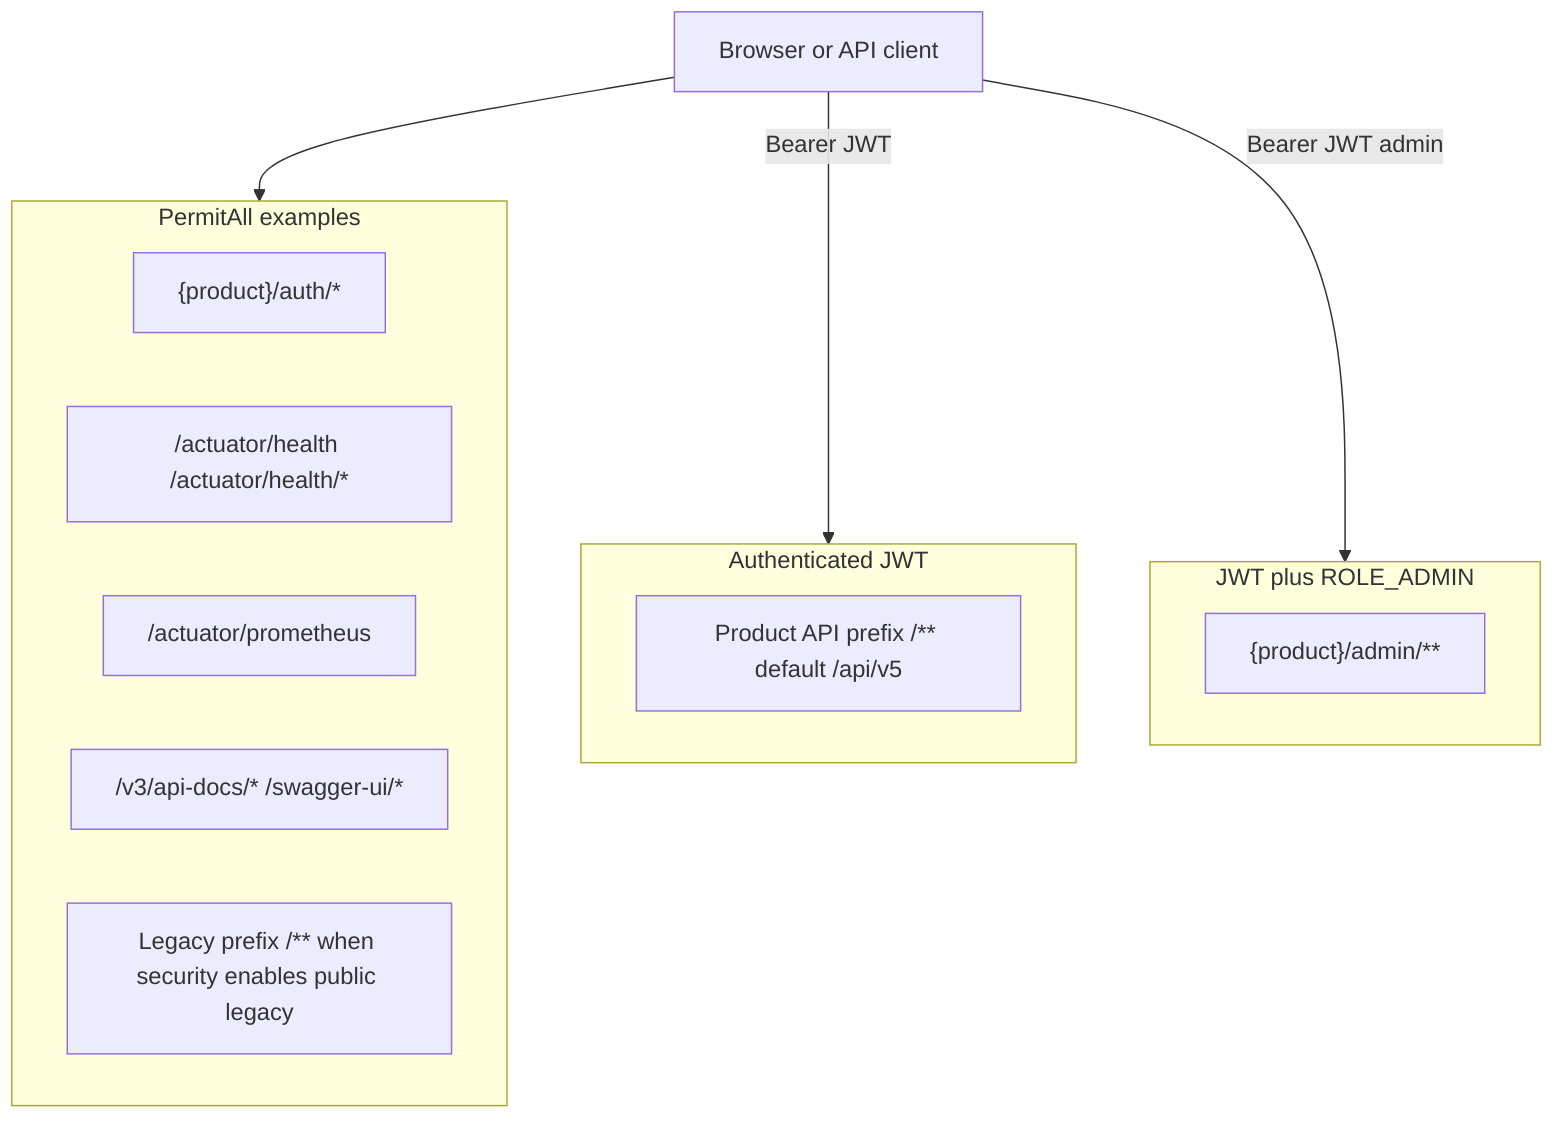
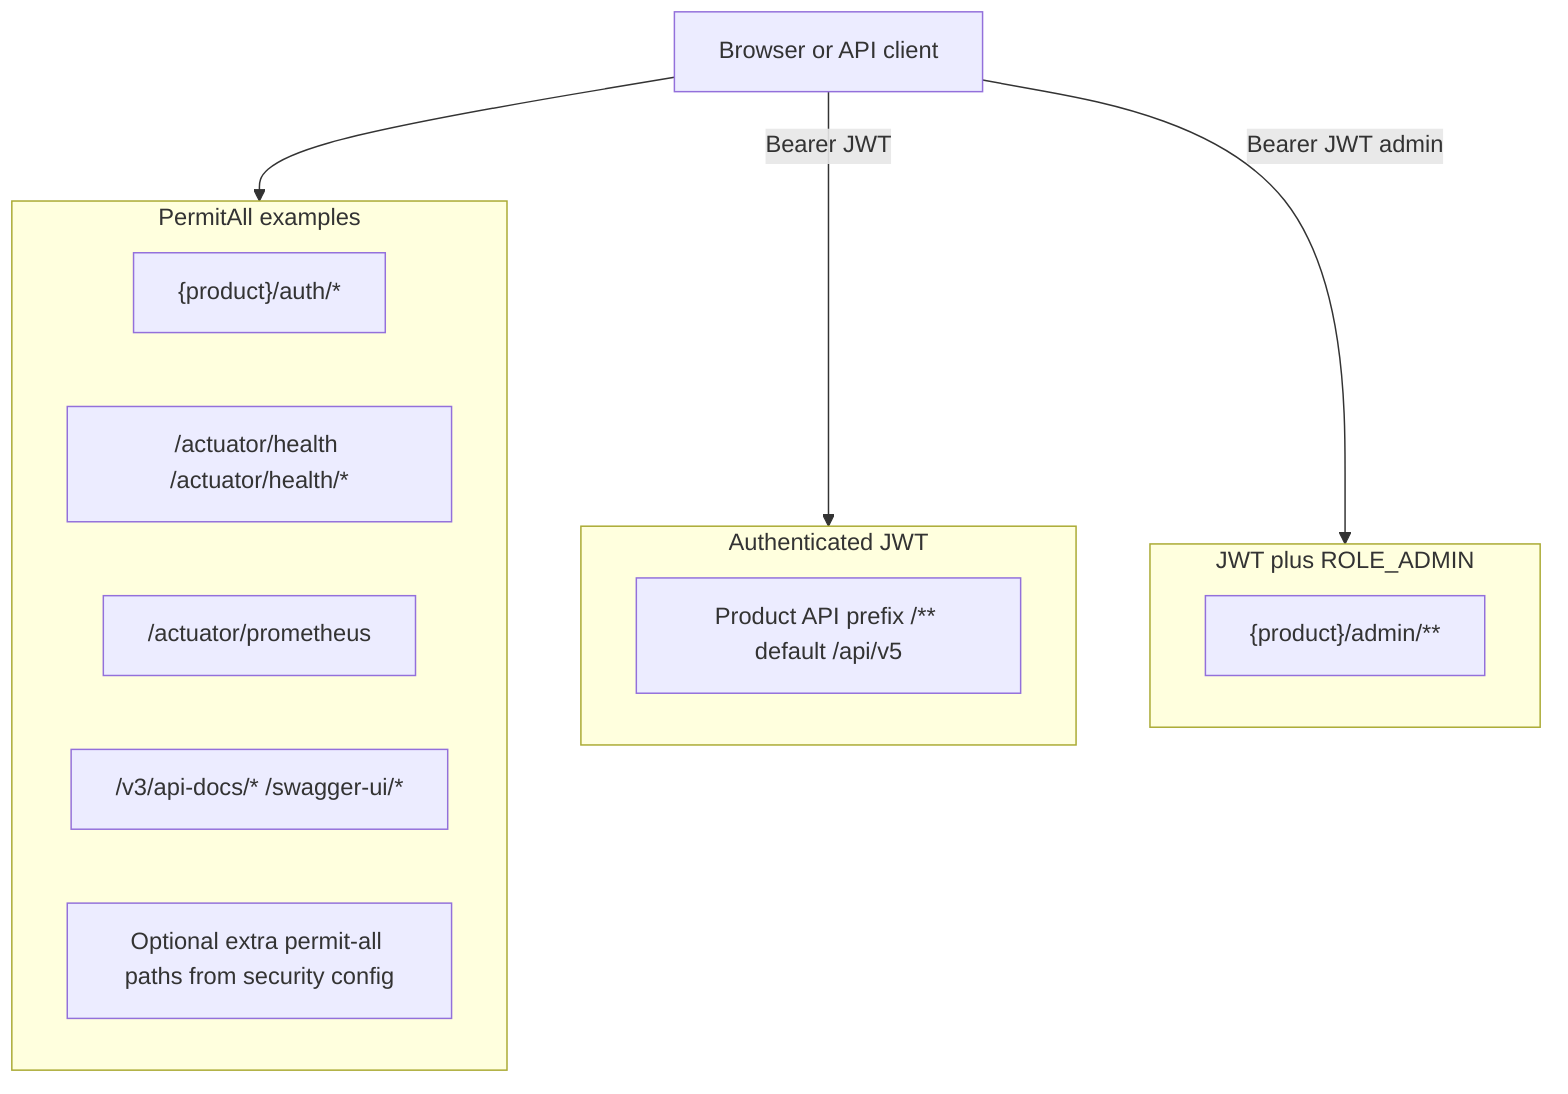
%% Indicative matchers — actual order and paths depend on Spring Security config
%% See rag-service README and application properties
flowchart TB
  subgraph public_paths [PermitAll examples]
    A1["{product}/auth/*"]
    A2["/actuator/health /actuator/health/*"]
    A3["/actuator/prometheus"]
    A4["/v3/api-docs/* /swagger-ui/*"]
-     A5["Legacy prefix /** when security enables public legacy"]
+     A5["Optional extra permit-all paths from security config"]
  end
  subgraph jwt_paths [Authenticated JWT]
    P1["Product API prefix /** default /api/v5"]
  end
  subgraph admin_paths [JWT plus ROLE_ADMIN]
    P2["{product}/admin/**"]
  end
  Client[Browser or API client] --> public_paths
  Client -->|Bearer JWT| jwt_paths
  Client -->|Bearer JWT admin| admin_paths
